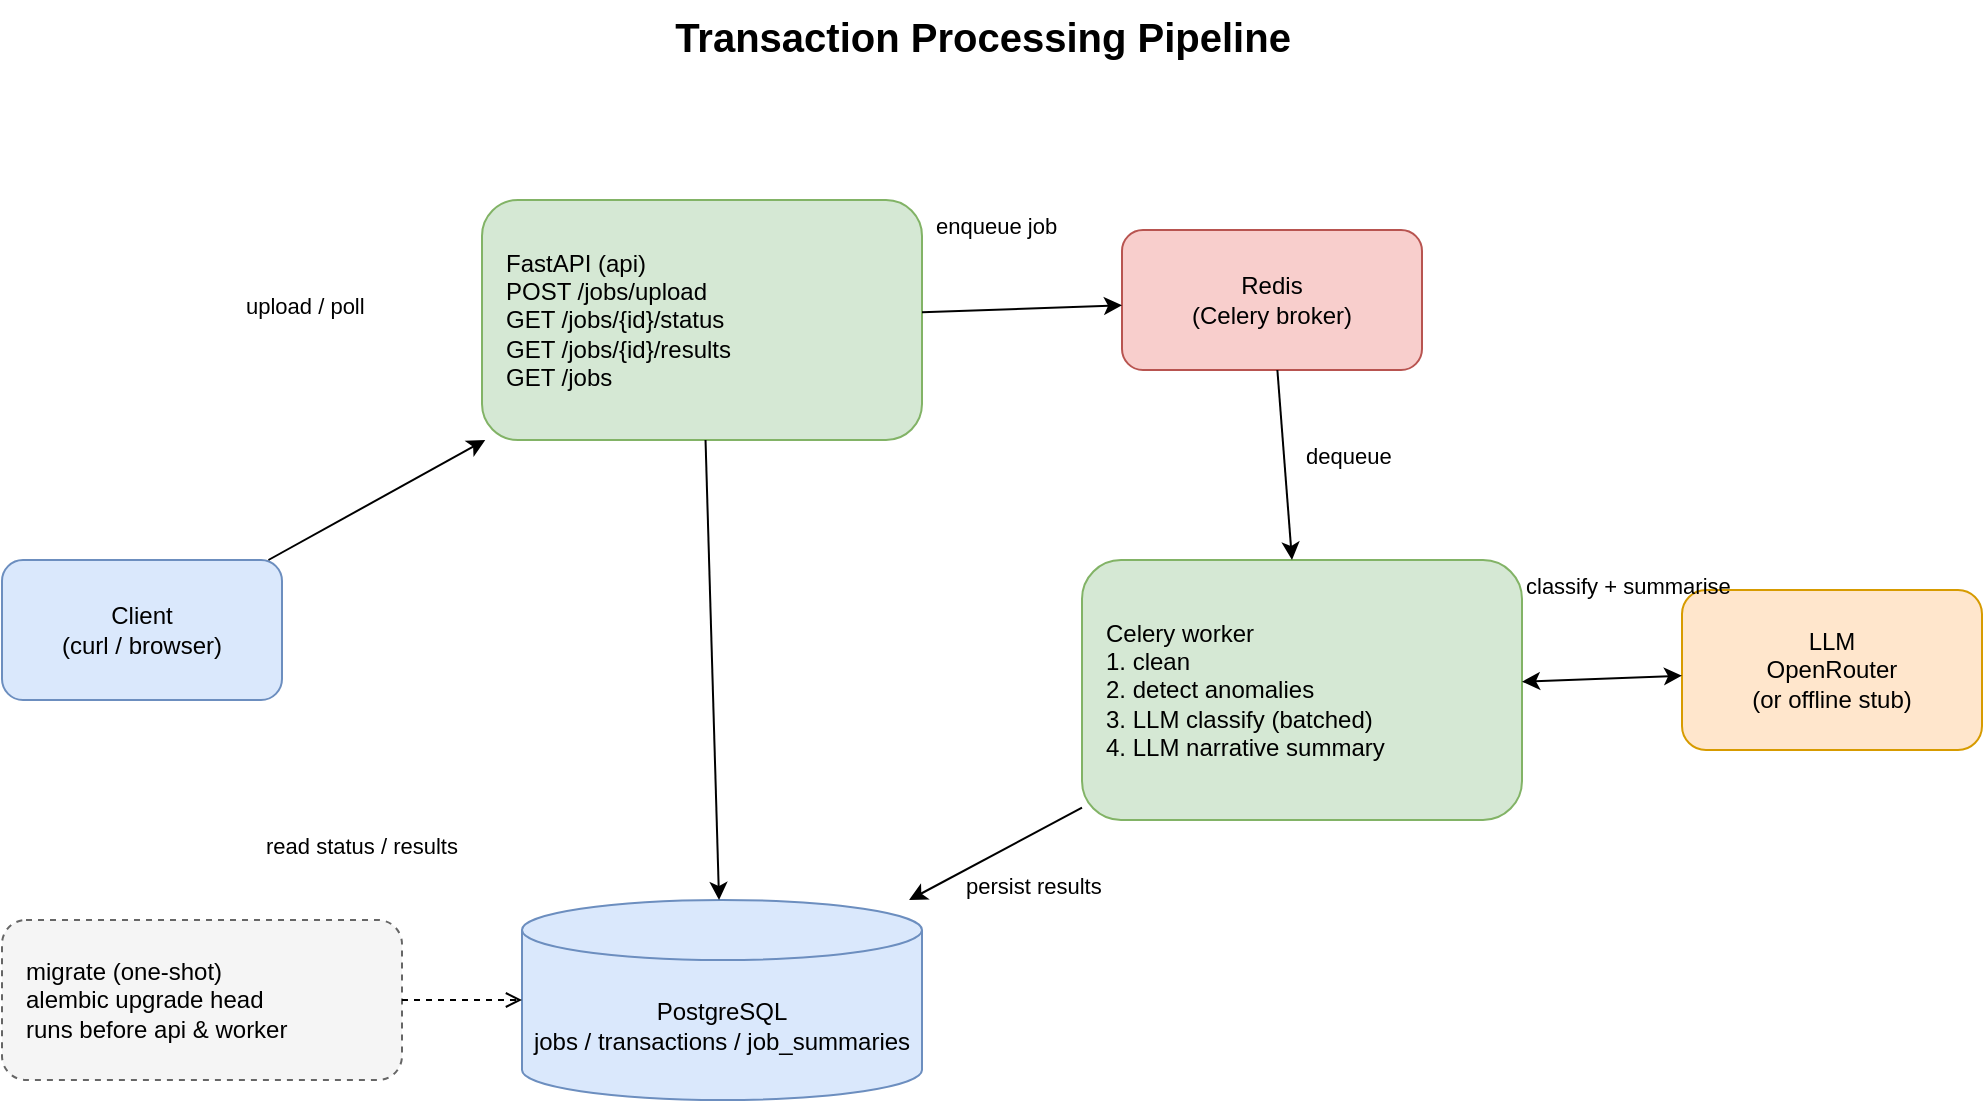
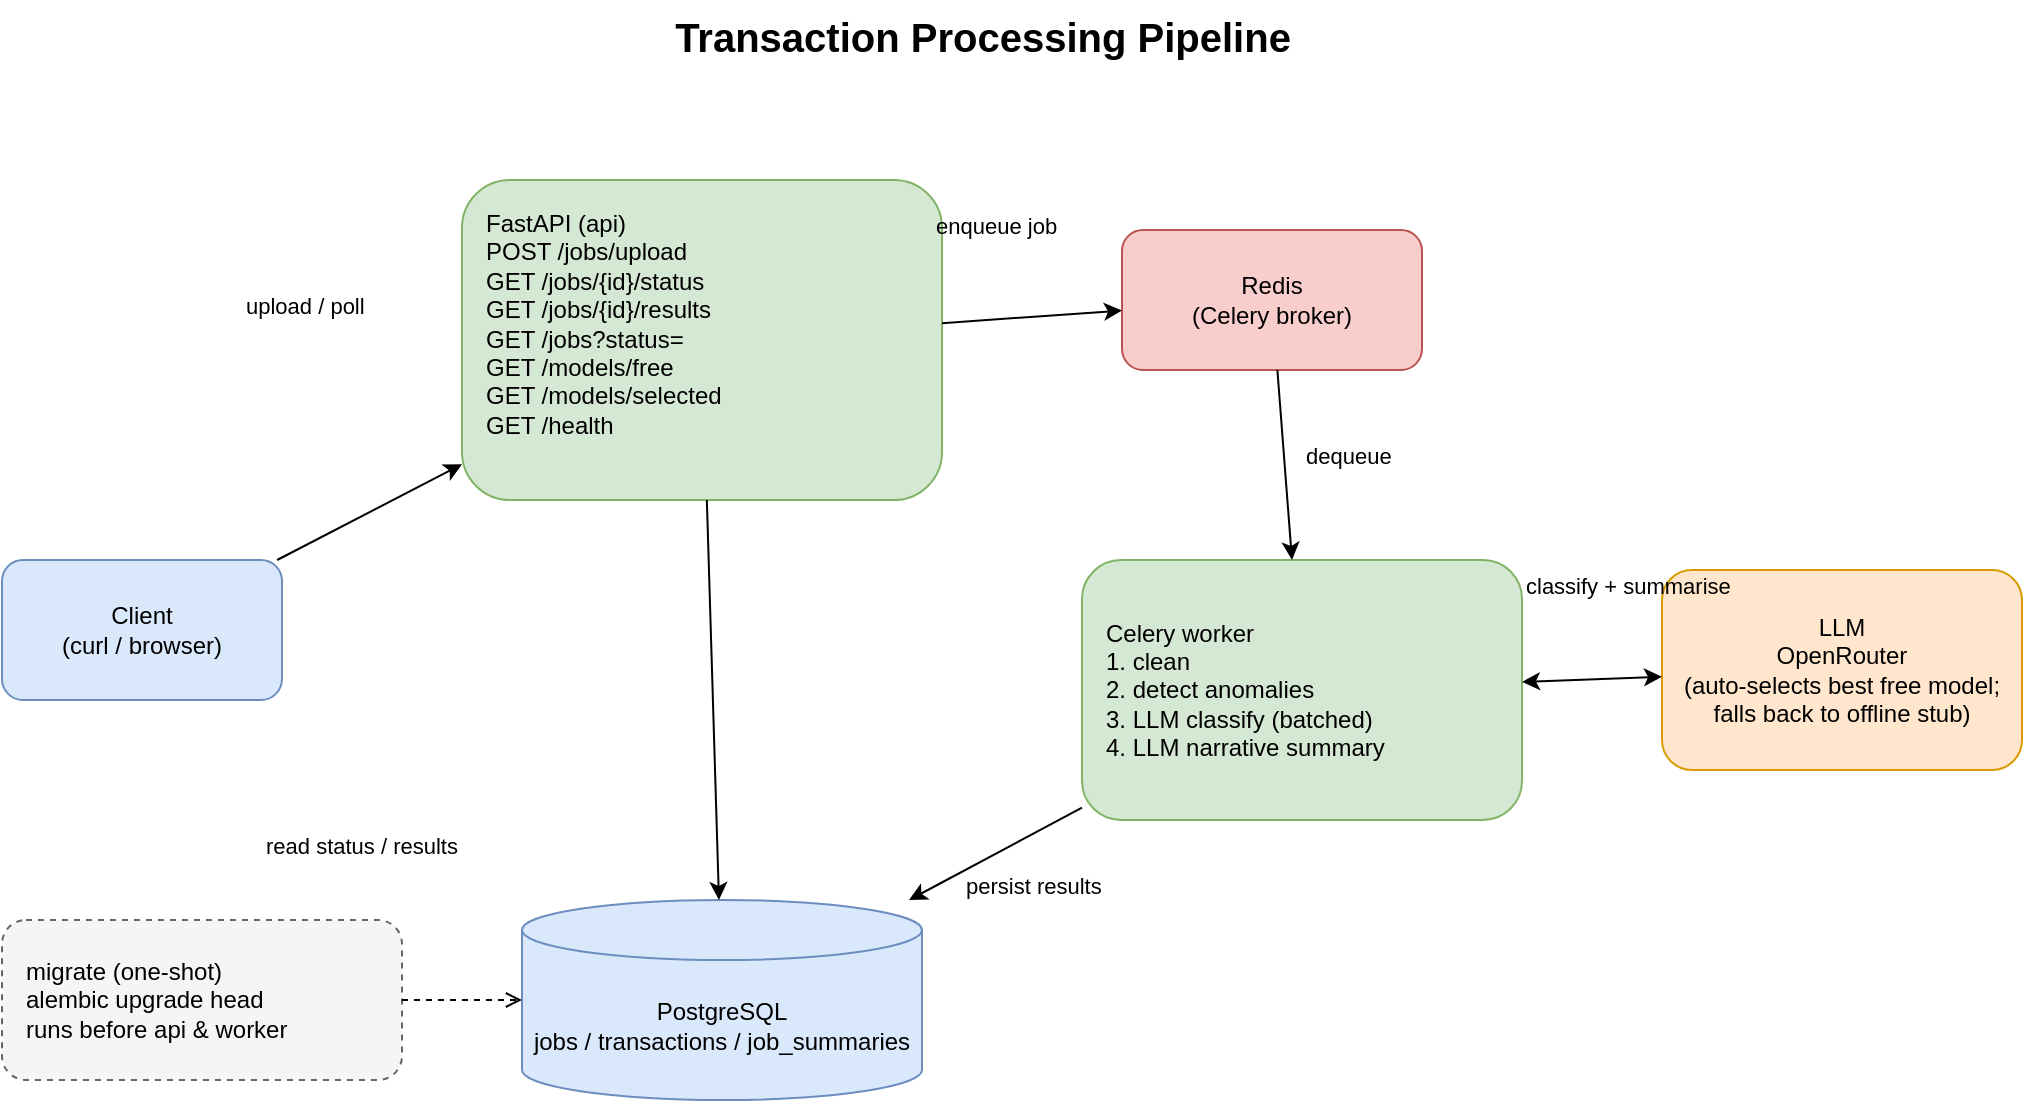
<mxfile host="app.diagrams.net">
  <diagram name="Architecture" id="arch-1">
    <mxGraphModel dx="1100" dy="700" grid="1" gridSize="10" guides="1" tooltips="1" connect="1" arrows="1" fold="1" page="1" pageScale="1" pageWidth="1100" pageHeight="700" math="0" shadow="0">
      <root>
        <mxCell id="0" />
        <mxCell id="1" parent="0" />

        <mxCell id="title" value="Transaction Processing Pipeline" style="text;html=1;fontSize=20;fontStyle=1;align=center;" vertex="1" parent="1">
          <mxGeometry x="360" y="20" width="380" height="30" as="geometry" />
        </mxCell>

        <mxCell id="client" value="Client&#10;(curl / browser)" style="rounded=1;whiteSpace=wrap;html=1;fillColor=#dae8fc;strokeColor=#6c8ebf;" vertex="1" parent="1">
          <mxGeometry x="60" y="300" width="140" height="70" as="geometry" />
        </mxCell>

-         <mxCell id="api" value="FastAPI (api)&#10;POST /jobs/upload&#10;GET /jobs/{id}/status&#10;GET /jobs/{id}/results&#10;GET /jobs" style="rounded=1;whiteSpace=wrap;html=1;fillColor=#d5e8d4;strokeColor=#82b366;align=left;spacingLeft=10;" vertex="1" parent="1">
-           <mxGeometry x="300" y="120" width="220" height="120" as="geometry" />
+         <mxCell id="api" value="FastAPI (api)&#10;POST /jobs/upload&#10;GET /jobs/{id}/status&#10;GET /jobs/{id}/results&#10;GET /jobs?status=&#10;GET /models/free&#10;GET /models/selected&#10;GET /health" style="rounded=1;whiteSpace=wrap;html=1;fillColor=#d5e8d4;strokeColor=#82b366;align=left;spacingLeft=10;verticalAlign=top;spacingTop=8;" vertex="1" parent="1">
+           <mxGeometry x="290" y="110" width="240" height="160" as="geometry" />
        </mxCell>

        <mxCell id="redis" value="Redis&#10;(Celery broker)" style="rounded=1;whiteSpace=wrap;html=1;fillColor=#f8cecc;strokeColor=#b85450;" vertex="1" parent="1">
          <mxGeometry x="620" y="135" width="150" height="70" as="geometry" />
        </mxCell>

        <mxCell id="worker" value="Celery worker&#10;1. clean&#10;2. detect anomalies&#10;3. LLM classify (batched)&#10;4. LLM narrative summary" style="rounded=1;whiteSpace=wrap;html=1;fillColor=#d5e8d4;strokeColor=#82b366;align=left;spacingLeft=10;" vertex="1" parent="1">
          <mxGeometry x="600" y="300" width="220" height="130" as="geometry" />
        </mxCell>

-         <mxCell id="llm" value="LLM&#10;OpenRouter&#10;(or offline stub)" style="rounded=1;whiteSpace=wrap;html=1;fillColor=#ffe6cc;strokeColor=#d79b00;" vertex="1" parent="1">
-           <mxGeometry x="900" y="315" width="150" height="80" as="geometry" />
+         <mxCell id="llm" value="LLM&#10;OpenRouter&#10;(auto-selects best free model;&#10;falls back to offline stub)" style="rounded=1;whiteSpace=wrap;html=1;fillColor=#ffe6cc;strokeColor=#d79b00;" vertex="1" parent="1">
+           <mxGeometry x="890" y="305" width="180" height="100" as="geometry" />
        </mxCell>

        <mxCell id="pg" value="PostgreSQL&#10;jobs / transactions / job_summaries" style="shape=cylinder3;whiteSpace=wrap;html=1;boundedLbl=1;backgroundOutline=1;fillColor=#dae8fc;strokeColor=#6c8ebf;" vertex="1" parent="1">
          <mxGeometry x="320" y="470" width="200" height="100" as="geometry" />
        </mxCell>

        <mxCell id="migrate" value="migrate (one-shot)&#10;alembic upgrade head&#10;runs before api &amp; worker" style="rounded=1;whiteSpace=wrap;html=1;dashed=1;fillColor=#f5f5f5;strokeColor=#666666;align=left;spacingLeft=10;" vertex="1" parent="1">
          <mxGeometry x="60" y="480" width="200" height="80" as="geometry" />
        </mxCell>

        <mxCell id="e1" style="endArrow=classic;html=1;" edge="1" parent="1" source="client" target="api">
          <mxGeometry relative="1" as="geometry" />
          <mxArray as="points"><mxPoint x="270" y="180" /></mxArray>
        </mxCell>
        <mxCell id="e1l" value="upload / poll" style="text;html=1;fontSize=11;" vertex="1" parent="1">
          <mxGeometry x="180" y="160" width="110" height="20" as="geometry" />
        </mxCell>

        <mxCell id="e2" style="endArrow=classic;html=1;" edge="1" parent="1" source="api" target="redis">
          <mxGeometry relative="1" as="geometry" />
        </mxCell>
        <mxCell id="e2l" value="enqueue job" style="text;html=1;fontSize=11;" vertex="1" parent="1">
          <mxGeometry x="525" y="120" width="90" height="20" as="geometry" />
        </mxCell>

        <mxCell id="e3" style="endArrow=classic;html=1;" edge="1" parent="1" source="redis" target="worker">
          <mxGeometry relative="1" as="geometry" />
        </mxCell>
        <mxCell id="e3l" value="dequeue" style="text;html=1;fontSize=11;" vertex="1" parent="1">
          <mxGeometry x="710" y="235" width="70" height="20" as="geometry" />
        </mxCell>

        <mxCell id="e4" style="endArrow=classic;html=1;startArrow=classic;" edge="1" parent="1" source="worker" target="llm">
          <mxGeometry relative="1" as="geometry" />
        </mxCell>
        <mxCell id="e4l" value="classify + summarise" style="text;html=1;fontSize=11;" vertex="1" parent="1">
          <mxGeometry x="820" y="300" width="130" height="20" as="geometry" />
        </mxCell>

        <mxCell id="e5" style="endArrow=classic;html=1;" edge="1" parent="1" source="worker" target="pg">
          <mxGeometry relative="1" as="geometry" />
        </mxCell>
        <mxCell id="e5l" value="persist results" style="text;html=1;fontSize=11;" vertex="1" parent="1">
          <mxGeometry x="540" y="450" width="100" height="20" as="geometry" />
        </mxCell>

        <mxCell id="e6" style="endArrow=classic;html=1;" edge="1" parent="1" source="api" target="pg">
          <mxGeometry relative="1" as="geometry" />
          <mxArray as="points"><mxPoint x="410" y="300" /></mxArray>
        </mxCell>
        <mxCell id="e6l" value="read status / results" style="text;html=1;fontSize=11;" vertex="1" parent="1">
          <mxGeometry x="190" y="430" width="130" height="20" as="geometry" />
        </mxCell>

        <mxCell id="e7" style="endArrow=open;html=1;dashed=1;" edge="1" parent="1" source="migrate" target="pg">
          <mxGeometry relative="1" as="geometry" />
        </mxCell>
      </root>
    </mxGraphModel>
  </diagram>
</mxfile>
